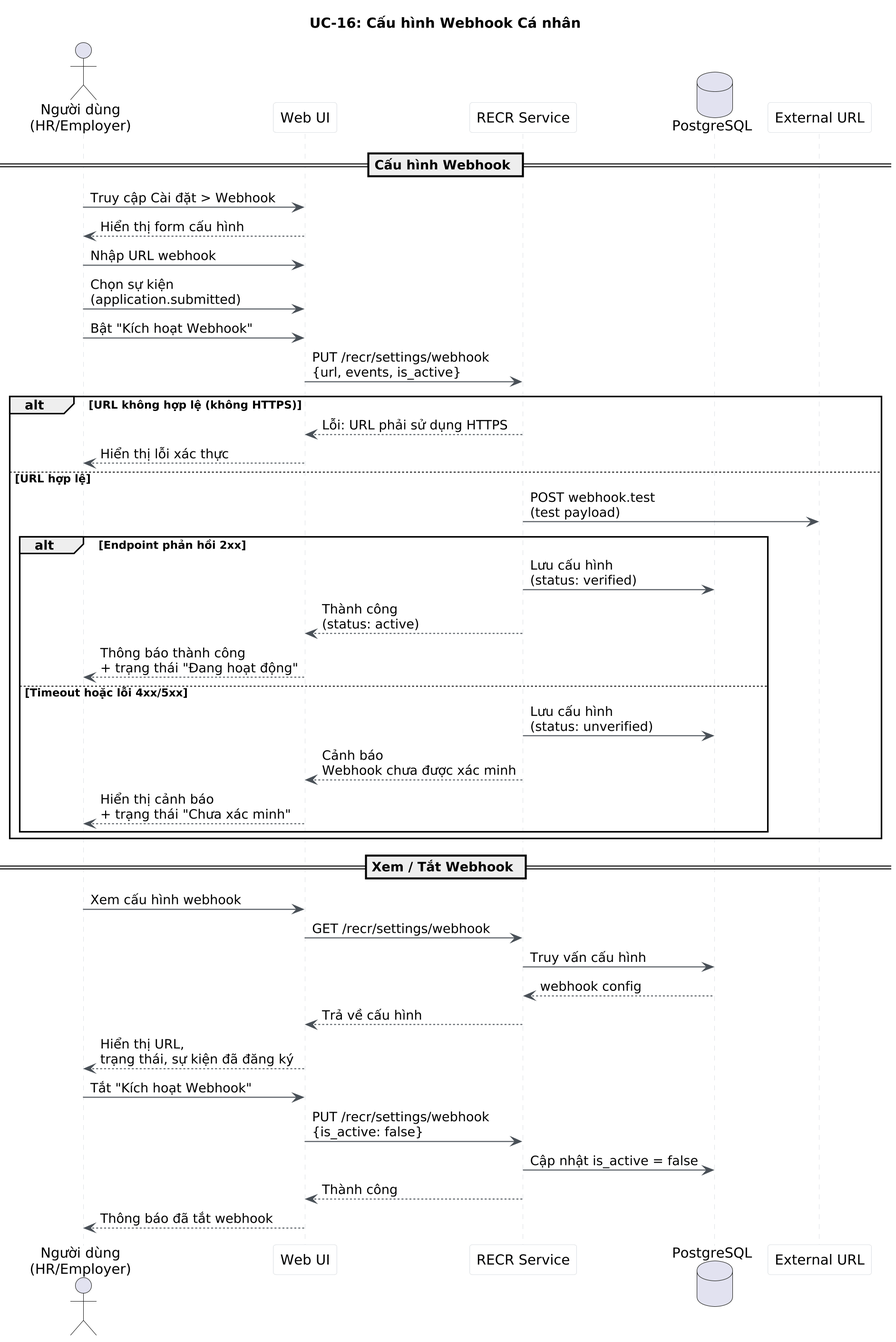
The PlantUML diagram modules/dist/recr/images/sequence/uc16-webhook-config-sequence.png in namnh240795/document, before a commit. Source of this version:
```plantuml
@startuml uc16-webhook-config-sequence
title UC-16: Cấu hình Webhook Cá nhân
skinparam dpi 200
skinparam sequenceArrowColor #495057
skinparam sequenceLifeLineBorderColor #dee2e6
skinparam sequenceParticipantBackgroundColor #f8f9fa
skinparam sequenceParticipantBorderColor #dee2e6

actor "Người dùng\n(HR/Employer)" as User
participant "Web UI" as UI
participant "RECR Service" as RECR
database "PostgreSQL" as DB
participant "External URL" as External

== Cấu hình Webhook ==

User -> UI : Truy cập Cài đặt > Webhook
UI --> User : Hiển thị form cấu hình

User -> UI : Nhập URL webhook
User -> UI : Chọn sự kiện\n(application.submitted)
User -> UI : Bật "Kích hoạt Webhook"

UI -> RECR : PUT /recr/settings/webhook\n{url, events, is_active}

alt URL không hợp lệ (không HTTPS)
  RECR --> UI : Lỗi: URL phải sử dụng HTTPS
  UI --> User : Hiển thị lỗi xác thực
else URL hợp lệ
  RECR -> External : POST webhook.test\n(test payload)
  alt Endpoint phản hồi 2xx
    RECR -> DB : Lưu cấu hình\n(status: verified)
    RECR --> UI : Thành công\n(status: active)
    UI --> User : Thông báo thành công\n+ trạng thái "Đang hoạt động"
  else Timeout hoặc lỗi 4xx/5xx
    RECR -> DB : Lưu cấu hình\n(status: unverified)
    RECR --> UI : Cảnh báo\nWebhook chưa được xác minh
    UI --> User : Hiển thị cảnh báo\n+ trạng thái "Chưa xác minh"
  end
end

== Xem / Tắt Webhook ==

User -> UI : Xem cấu hình webhook
UI -> RECR : GET /recr/settings/webhook
RECR -> DB : Truy vấn cấu hình
DB --> RECR : webhook config
RECR --> UI : Trả về cấu hình
UI --> User : Hiển thị URL,\ntrạng thái, sự kiện đã đăng ký

User -> UI : Tắt "Kích hoạt Webhook"
UI -> RECR : PUT /recr/settings/webhook\n{is_active: false}
RECR -> DB : Cập nhật is_active = false
RECR --> UI : Thành công
UI --> User : Thông báo đã tắt webhook

@enduml
```
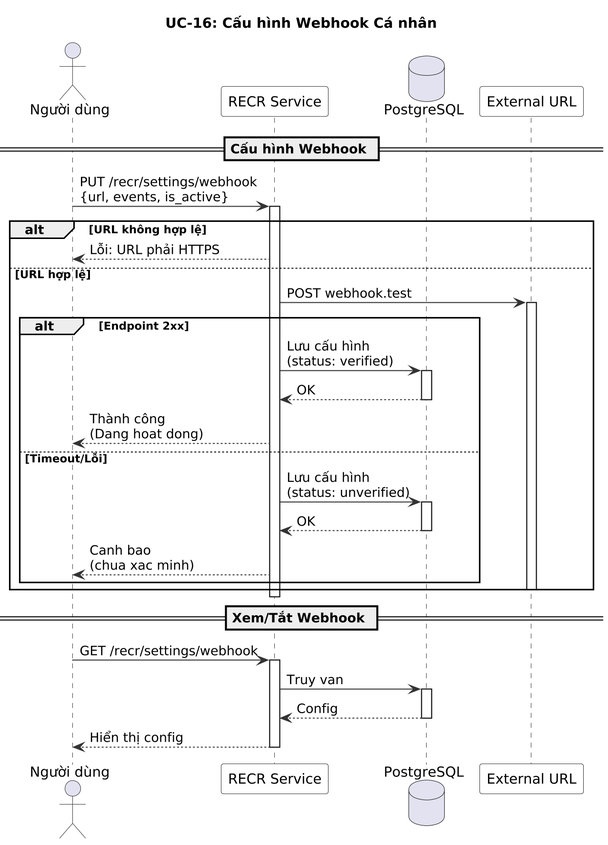
Above is the later version.

Change to the diagram source:
```diff
@@ -1,57 +1,56 @@
-@startuml uc16-webhook-config-sequence
+@startuml
+skinparam dpi 200
+skinparam sequence {
+  ArrowColor #333333
+  ActorBorderColor #333333
+  LifeLineBorderColor #333333
+  ParticipantBackgroundColor #F8F8F8
+  ParticipantBorderColor #333333
+}
+
 title UC-16: Cấu hình Webhook Cá nhân
-skinparam dpi 200
-skinparam sequenceArrowColor #495057
-skinparam sequenceLifeLineBorderColor #dee2e6
-skinparam sequenceParticipantBackgroundColor #f8f9fa
-skinparam sequenceParticipantBorderColor #dee2e6
 
-actor "Người dùng\n(HR/Employer)" as User
-participant "Web UI" as UI
-participant "RECR Service" as RECR
+actor "Người dùng" as User
+participant "RECR Service" as R
 database "PostgreSQL" as DB
-participant "External URL" as External
+participant "External URL" as Ext
 
 == Cấu hình Webhook ==
 
-User -> UI : Truy cập Cài đặt > Webhook
-UI --> User : Hiển thị form cấu hình
+User -> R : PUT /recr/settings/webhook\n{url, events, is_active}
+activate R
 
-User -> UI : Nhập URL webhook
-User -> UI : Chọn sự kiện\n(application.submitted)
-User -> UI : Bật "Kích hoạt Webhook"
+alt URL không hợp lệ
+  R --> User : Lỗi: URL phải HTTPS
+else URL hợp lệ
+  R -> Ext : POST webhook.test
+  activate Ext
+  alt Endpoint 2xx
+    R -> DB : Lưu cấu hình\n(status: verified)
+    activate DB
+    DB --> R : OK
+    deactivate DB
+    R --> User : Thành công\n(Dang hoat dong)
+  else Timeout/Lỗi
+    R -> DB : Lưu cấu hình\n(status: unverified)
+    activate DB
+    DB --> R : OK
+    deactivate DB
+    R --> User : Canh bao\n(chua xac minh)
+  end
+  deactivate Ext
+end
+deactivate R
 
-UI -> RECR : PUT /recr/settings/webhook\n{url, events, is_active}
+== Xem/Tắt Webhook ==
 
-alt URL không hợp lệ (không HTTPS)
-  RECR --> UI : Lỗi: URL phải sử dụng HTTPS
-  UI --> User : Hiển thị lỗi xác thực
-else URL hợp lệ
-  RECR -> External : POST webhook.test\n(test payload)
-  alt Endpoint phản hồi 2xx
-    RECR -> DB : Lưu cấu hình\n(status: verified)
-    RECR --> UI : Thành công\n(status: active)
-    UI --> User : Thông báo thành công\n+ trạng thái "Đang hoạt động"
-  else Timeout hoặc lỗi 4xx/5xx
-    RECR -> DB : Lưu cấu hình\n(status: unverified)
-    RECR --> UI : Cảnh báo\nWebhook chưa được xác minh
-    UI --> User : Hiển thị cảnh báo\n+ trạng thái "Chưa xác minh"
-  end
-end
-
-== Xem / Tắt Webhook ==
-
-User -> UI : Xem cấu hình webhook
-UI -> RECR : GET /recr/settings/webhook
-RECR -> DB : Truy vấn cấu hình
-DB --> RECR : webhook config
-RECR --> UI : Trả về cấu hình
-UI --> User : Hiển thị URL,\ntrạng thái, sự kiện đã đăng ký
-
-User -> UI : Tắt "Kích hoạt Webhook"
-UI -> RECR : PUT /recr/settings/webhook\n{is_active: false}
-RECR -> DB : Cập nhật is_active = false
-RECR --> UI : Thành công
-UI --> User : Thông báo đã tắt webhook
+User -> R : GET /recr/settings/webhook
+activate R
+R -> DB : Truy van
+activate DB
+DB --> R : Config
+deactivate DB
+R --> User : Hiển thị config
+deactivate R
 
 @enduml
```
